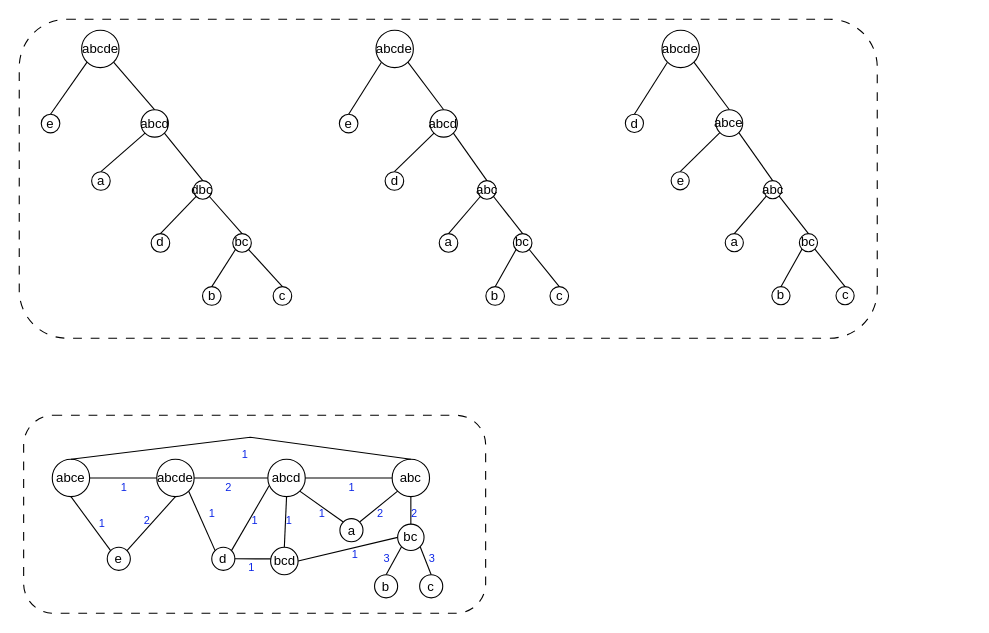
Before: img/Fig_degree.drawio in tahiri-lab/PrismTree, a draw.io diagram. Source tidied: cells renumbered, new cells numbered last; positions are measured from the earlier drawing's top-left corner, leaving out a move shared by most shapes. Both pictures are drawn from the tidied source at 110%, with x=0, y=0 at pixel (19, 19).
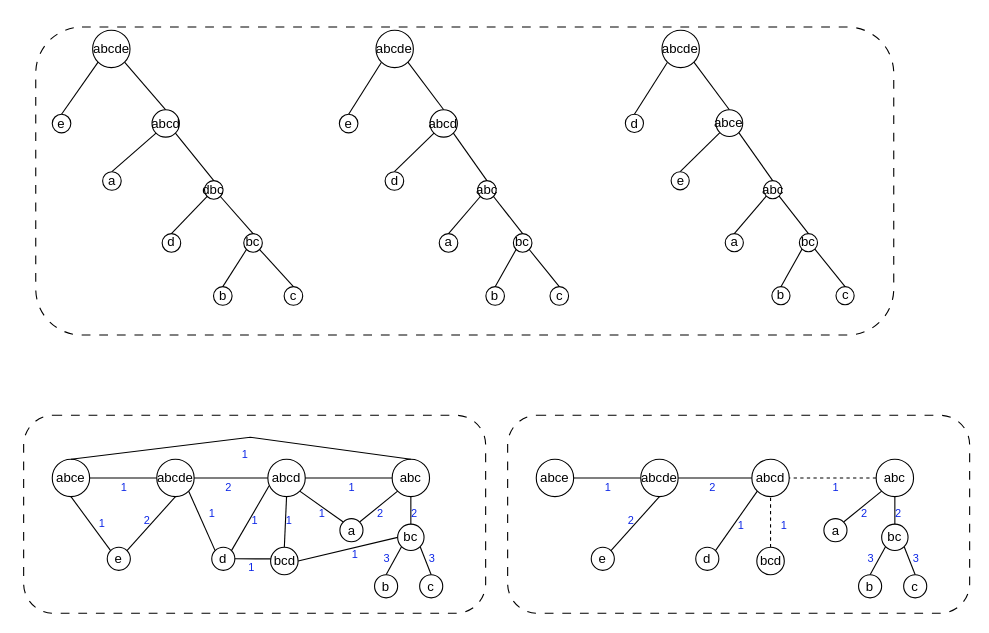
After the change.

Change to the diagram source:
```diff
@@
+    <mxCell id="21" style="group;" parent="1" vertex="1">
+      <mxGeometry x="291" y="10" width="504" height="277.1" as="geometry" />
+    </mxCell>
-    <mxCell id="2" style="rounded=1;whiteSpace=wrap;html=1;dashed=1;dashPattern=8 8;" parent="1" vertex="1">
-      <mxGeometry width="780" height="290" as="geometry" />
+    <mxCell id="2" style="rounded=1;whiteSpace=wrap;html=1;dashed=1;dashPattern=8 8;" parent="21" vertex="1">
+      <mxGeometry x="-276" y="-2.9" width="780" height="280" as="geometry" />
     </mxCell>
-    <mxCell id="3" style="group;" parent="1" vertex="1">
-      <mxGeometry x="20" y="10" width="230" height="250" as="geometry" />
-    </mxCell>
-    <mxCell id="4" value="bc" style="ellipse;whiteSpace=wrap;html=1;fontStyle=0;" parent="3" vertex="1">
-      <mxGeometry x="174.1" y="184.9" width="16.9" height="16.9" as="geometry" />
-    </mxCell>
-    <mxCell id="5" value="dbc" style="ellipse;whiteSpace=wrap;html=1;fontStyle=0;" parent="3" vertex="1">
-      <mxGeometry x="138.4" y="136.7" width="16.9" height="16.9" as="geometry" />
-    </mxCell>
-    <mxCell id="6" style="endArrow=none;html=1;rounded=0;exitX=0.5;exitY=0;exitDx=0;exitDy=0;entryX=1;entryY=1;entryDx=0;entryDy=0;fontStyle=0;" parent="3" edge="1" source="16" target="18">
-      <mxGeometry relative="1" as="geometry" />
-    </mxCell>
-    <mxCell id="7" style="endArrow=none;html=1;rounded=0;exitX=0.5;exitY=0;exitDx=0;exitDy=0;entryX=0;entryY=1;entryDx=0;entryDy=0;fontStyle=0;" parent="3" edge="1" source="15" target="16">
-      <mxGeometry relative="1" as="geometry" />
-    </mxCell>
-    <mxCell id="8" style="endArrow=none;html=1;rounded=0;exitX=0.5;exitY=0;exitDx=0;exitDy=0;entryX=0;entryY=1;entryDx=0;entryDy=0;fontStyle=0;" parent="3" edge="1" source="12" target="5">
-      <mxGeometry relative="1" as="geometry" />
-    </mxCell>
-    <mxCell id="9" style="endArrow=none;html=1;rounded=0;exitX=0.5;exitY=0;exitDx=0;exitDy=0;entryX=0;entryY=1;entryDx=0;entryDy=0;fontStyle=0;" parent="3" edge="1" source="17" target="18">
-      <mxGeometry relative="1" as="geometry" />
-    </mxCell>
-    <mxCell id="10" style="endArrow=none;html=1;rounded=0;entryX=0;entryY=1;entryDx=0;entryDy=0;exitX=0.5;exitY=0;exitDx=0;exitDy=0;fontStyle=0;" parent="3" edge="1" source="13" target="4">
-      <mxGeometry relative="1" as="geometry" />
-    </mxCell>
-    <mxCell id="11" style="endArrow=none;html=1;rounded=0;entryX=1;entryY=1;entryDx=0;entryDy=0;exitX=0.5;exitY=0;exitDx=0;exitDy=0;fontStyle=0;" parent="3" edge="1" source="14" target="4">
-      <mxGeometry relative="1" as="geometry" />
-    </mxCell>
-    <mxCell id="12" value="&lt;font style=&quot;font-size: 12px;&quot;&gt;d&lt;/font&gt;" style="ellipse;whiteSpace=wrap;html=1;fontStyle=0;" parent="3" vertex="1">
-      <mxGeometry x="99.9" y="184.9" width="16.9" height="16.9" as="geometry" />
-    </mxCell>
-    <mxCell id="13" value="&lt;font style=&quot;font-size: 12px;&quot;&gt;b&lt;/font&gt;" style="ellipse;whiteSpace=wrap;html=1;fontStyle=0;" parent="3" vertex="1">
-      <mxGeometry x="146.6" y="233.1" width="16.9" height="16.9" as="geometry" />
-    </mxCell>
-    <mxCell id="14" value="&lt;font style=&quot;font-size: 12px;&quot;&gt;c&lt;/font&gt;" style="ellipse;whiteSpace=wrap;html=1;fontStyle=0;" parent="3" vertex="1">
-      <mxGeometry x="210.8" y="233.1" width="16.9" height="16.9" as="geometry" />
-    </mxCell>
-    <mxCell id="15" value="a" style="ellipse;whiteSpace=wrap;html=1;fontStyle=0;" parent="3" vertex="1">
-      <mxGeometry x="45.8" y="128.6" width="16.9" height="16.9" as="geometry" />
-    </mxCell>
-    <mxCell id="16" value="abcd" style="ellipse;whiteSpace=wrap;html=1;fontStyle=0;" parent="3" vertex="1">
-      <mxGeometry x="90.7" y="72.3" width="24.9" height="24.9" as="geometry" />
-    </mxCell>
-    <mxCell id="17" value="&lt;font style=&quot;font-size: 12px;&quot;&gt;e&lt;/font&gt;" style="ellipse;whiteSpace=wrap;html=1;fontStyle=0;" parent="3" vertex="1">
-      <mxGeometry y="76.4" width="16.9" height="16.9" as="geometry" />
-    </mxCell>
-    <mxCell id="18" value="&lt;font style=&quot;font-size: 12px;&quot;&gt;abcde&lt;/font&gt;" style="ellipse;whiteSpace=wrap;html=1;fontStyle=0;" parent="3" vertex="1">
-      <mxGeometry x="36.7" width="34" height="34" as="geometry" />
-    </mxCell>
-    <mxCell id="19" style="endArrow=none;html=1;rounded=0;entryX=1;entryY=1;entryDx=0;entryDy=0;exitX=0.5;exitY=0;exitDx=0;exitDy=0;fontStyle=0;" parent="3" edge="1" source="5" target="16">
-      <mxGeometry relative="1" as="geometry" />
-    </mxCell>
-    <mxCell id="20" style="endArrow=none;html=1;rounded=0;entryX=1;entryY=1;entryDx=0;entryDy=0;exitX=0.5;exitY=0;exitDx=0;exitDy=0;fontStyle=0;" parent="3" edge="1" source="4" target="5">
-      <mxGeometry relative="1" as="geometry" />
-    </mxCell>
-    <mxCell id="21" style="group;" parent="1" vertex="1">
-      <mxGeometry x="291" y="10" width="209" height="250" as="geometry" />
-    </mxCell>
@@
     <mxCell id="39" style="group;" parent="1" vertex="1">
-      <mxGeometry x="551" y="10" width="209" height="250" as="geometry" />
+      <mxGeometry x="551" y="10" width="279" height="270" as="geometry" />
     </mxCell>
@@
+    <mxCell id="102" style="rounded=1;whiteSpace=wrap;html=1;dashed=1;dashPattern=8 8;" parent="1" vertex="1">
+      <mxGeometry x="444" y="360" width="420" height="180" as="geometry" />
+    </mxCell>
+    <mxCell id="103" value="bc" style="ellipse;whiteSpace=wrap;html=1;fontStyle=0;" parent="1" vertex="1">
+      <mxGeometry x="784" y="459" width="24" height="24" as="geometry" />
+    </mxCell>
+    <mxCell id="104" value="abc" style="ellipse;whiteSpace=wrap;html=1;fontStyle=0;" parent="1" vertex="1">
+      <mxGeometry x="779" y="400" width="34" height="34" as="geometry" />
+    </mxCell>
+    <mxCell id="105" style="endArrow=none;html=1;rounded=0;exitX=0;exitY=0.5;exitDx=0;exitDy=0;entryX=1;entryY=0.5;entryDx=0;entryDy=0;fontStyle=0;" parent="1" edge="1" source="115" target="117">
+      <mxGeometry relative="1" as="geometry" />
+    </mxCell>
+    <mxCell id="106" style="endArrow=none;html=1;rounded=0;exitX=0.5;exitY=0;exitDx=0;exitDy=0;entryX=0.5;entryY=1;entryDx=0;entryDy=0;fontStyle=0;dashed=1;" parent="1" edge="1" source="114" target="115">
+      <mxGeometry relative="1" as="geometry" />
+    </mxCell>
+    <mxCell id="107" style="endArrow=none;html=1;rounded=0;exitX=1;exitY=0;exitDx=0;exitDy=0;entryX=0;entryY=1;entryDx=0;entryDy=0;fontStyle=0;" parent="1" edge="1" source="111" target="104">
+      <mxGeometry relative="1" as="geometry" />
+    </mxCell>
+    <mxCell id="108" style="endArrow=none;html=1;rounded=0;exitX=1;exitY=0.5;exitDx=0;exitDy=0;entryX=0;entryY=0.5;entryDx=0;entryDy=0;fontStyle=0;" parent="1" edge="1" source="116" target="117">
+      <mxGeometry relative="1" as="geometry" />
+    </mxCell>
+    <mxCell id="109" style="endArrow=none;html=1;rounded=0;entryX=0;entryY=1;entryDx=0;entryDy=0;exitX=0.5;exitY=0;exitDx=0;exitDy=0;fontStyle=0;" parent="1" edge="1" source="112" target="103">
+      <mxGeometry relative="1" as="geometry" />
+    </mxCell>
+    <mxCell id="110" style="endArrow=none;html=1;rounded=0;entryX=1;entryY=1;entryDx=0;entryDy=0;exitX=0.5;exitY=0;exitDx=0;exitDy=0;fontStyle=0;" parent="1" edge="1" source="113" target="103">
+      <mxGeometry relative="1" as="geometry" />
+    </mxCell>
+    <mxCell id="111" value="&lt;font style=&quot;font-size: 12px;&quot;&gt;a&lt;/font&gt;" style="ellipse;whiteSpace=wrap;html=1;fontStyle=0;" parent="1" vertex="1">
+      <mxGeometry x="731.5" y="454" width="21" height="21" as="geometry" />
+    </mxCell>
+    <mxCell id="112" value="&lt;font style=&quot;font-size: 12px;&quot;&gt;b&lt;/font&gt;" style="ellipse;whiteSpace=wrap;html=1;fontStyle=0;" parent="1" vertex="1">
+      <mxGeometry x="763" y="505" width="21" height="21" as="geometry" />
+    </mxCell>
+    <mxCell id="113" value="&lt;font style=&quot;font-size: 12px;&quot;&gt;c&lt;/font&gt;" style="ellipse;whiteSpace=wrap;html=1;fontStyle=0;" parent="1" vertex="1">
+      <mxGeometry x="804" y="505" width="21" height="21" as="geometry" />
+    </mxCell>
+    <mxCell id="114" value="bcd" style="ellipse;whiteSpace=wrap;html=1;fontStyle=0;" parent="1" vertex="1">
+      <mxGeometry x="670.5" y="480" width="25" height="25" as="geometry" />
+    </mxCell>
+    <mxCell id="115" value="abcd" style="ellipse;whiteSpace=wrap;html=1;fontStyle=0;" parent="1" vertex="1">
+      <mxGeometry x="666" y="400" width="34" height="34" as="geometry" />
+    </mxCell>
+    <mxCell id="116" value="&lt;font style=&quot;font-size: 12px;&quot;&gt;abce&lt;/font&gt;" style="ellipse;whiteSpace=wrap;html=1;fontStyle=0;" parent="1" vertex="1">
+      <mxGeometry x="470" y="400" width="34" height="34" as="geometry" />
+    </mxCell>
+    <mxCell id="117" value="&lt;font style=&quot;font-size: 12px;&quot;&gt;abcde&lt;/font&gt;" style="ellipse;whiteSpace=wrap;html=1;fontStyle=0;" parent="1" vertex="1">
+      <mxGeometry x="565" y="400" width="34" height="34" as="geometry" />
+    </mxCell>
+    <mxCell id="118" style="endArrow=none;html=1;rounded=0;entryX=1;entryY=0.5;entryDx=0;entryDy=0;exitX=0;exitY=0.5;exitDx=0;exitDy=0;fontStyle=0;dashed=1;" parent="1" edge="1" source="104" target="115">
+      <mxGeometry relative="1" as="geometry" />
+    </mxCell>
+    <mxCell id="119" style="endArrow=none;html=1;rounded=0;entryX=0.5;entryY=1;entryDx=0;entryDy=0;exitX=0.5;exitY=0;exitDx=0;exitDy=0;fontStyle=0;" parent="1" edge="1" source="103" target="104">
+      <mxGeometry relative="1" as="geometry" />
+    </mxCell>
+    <mxCell id="120" value="&lt;font style=&quot;font-size: 12px;&quot;&gt;e&lt;/font&gt;" style="ellipse;whiteSpace=wrap;html=1;fontStyle=0;" parent="1" vertex="1">
+      <mxGeometry x="520" y="480" width="21" height="21" as="geometry" />
+    </mxCell>
+    <mxCell id="121" style="endArrow=none;html=1;rounded=0;entryX=0.5;entryY=1;entryDx=0;entryDy=0;exitX=1;exitY=0;exitDx=0;exitDy=0;" parent="1" edge="1" source="120" target="117">
+      <mxGeometry relative="1" as="geometry" />
+    </mxCell>
+    <mxCell id="122" value="&lt;font style=&quot;font-size: 12px;&quot;&gt;d&lt;/font&gt;" style="ellipse;whiteSpace=wrap;html=1;fontStyle=0;" parent="1" vertex="1">
+      <mxGeometry x="615" y="480" width="21" height="21" as="geometry" />
+    </mxCell>
+    <mxCell id="123" style="endArrow=none;html=1;rounded=0;entryX=0;entryY=1;entryDx=0;entryDy=0;exitX=1;exitY=0;exitDx=0;exitDy=0;" parent="1" edge="1" source="122" target="115">
+      <mxGeometry relative="1" as="geometry" />
+    </mxCell>
+    <mxCell id="124" value="&lt;font color=&quot;#0d27e7&quot; style=&quot;font-size: 10px;&quot;&gt;1&lt;/font&gt;" style="text;html=1;align=center;verticalAlign=middle;fontColor=#3e0925;" parent="1" vertex="1">
+      <mxGeometry x="520" y="410" width="30" height="30" as="geometry" />
+    </mxCell>
+    <mxCell id="125" value="&lt;font color=&quot;#0d27e7&quot; style=&quot;font-size: 10px;&quot;&gt;2&lt;/font&gt;" style="text;html=1;align=center;verticalAlign=middle;fontColor=#3e0925;" parent="1" vertex="1">
+      <mxGeometry x="541" y="440" width="30" height="30" as="geometry" />
+    </mxCell>
+    <mxCell id="126" value="&lt;font color=&quot;#0d27e7&quot; style=&quot;font-size: 10px;&quot;&gt;2&lt;/font&gt;" style="text;html=1;align=center;verticalAlign=middle;fontColor=#3e0925;" parent="1" vertex="1">
+      <mxGeometry x="615" y="410" width="30" height="30" as="geometry" />
+    </mxCell>
+    <mxCell id="127" value="&lt;font color=&quot;#0d27e7&quot; style=&quot;font-size: 10px;&quot;&gt;1&lt;/font&gt;" style="text;html=1;align=center;verticalAlign=middle;fontColor=#3e0925;" parent="1" vertex="1">
+      <mxGeometry x="640.5" y="445" width="30" height="30" as="geometry" />
+    </mxCell>
+    <mxCell id="128" value="&lt;font color=&quot;#0d27e7&quot; style=&quot;font-size: 10px;&quot;&gt;1&lt;/font&gt;" style="text;html=1;align=center;verticalAlign=middle;fontColor=#3e0925;" parent="1" vertex="1">
+      <mxGeometry x="680" y="445" width="30" height="30" as="geometry" />
+    </mxCell>
+    <mxCell id="129" value="&lt;font color=&quot;#0d27e7&quot; style=&quot;font-size: 10px;&quot;&gt;1&lt;/font&gt;" style="text;html=1;align=center;verticalAlign=middle;fontColor=#3e0925;" parent="1" vertex="1">
+      <mxGeometry x="727" y="410" width="30" height="30" as="geometry" />
+    </mxCell>
+    <mxCell id="130" value="&lt;font color=&quot;#0d27e7&quot; style=&quot;font-size: 10px;&quot;&gt;2&lt;/font&gt;" style="text;html=1;align=center;verticalAlign=middle;fontColor=#3e0925;" parent="1" vertex="1">
+      <mxGeometry x="752.5" y="434" width="30" height="30" as="geometry" />
+    </mxCell>
+    <mxCell id="131" value="&lt;font color=&quot;#0d27e7&quot; style=&quot;font-size: 10px;&quot;&gt;2&lt;/font&gt;" style="text;html=1;align=center;verticalAlign=middle;fontColor=#3e0925;" parent="1" vertex="1">
+      <mxGeometry x="784" y="434" width="30" height="30" as="geometry" />
+    </mxCell>
+    <mxCell id="132" value="&lt;font color=&quot;#0d27e7&quot; style=&quot;font-size: 10px;&quot;&gt;3&lt;/font&gt;" style="text;html=1;align=center;verticalAlign=middle;fontColor=#3e0925;" parent="1" vertex="1">
+      <mxGeometry x="758.5" y="475" width="30" height="30" as="geometry" />
+    </mxCell>
+    <mxCell id="133" value="&lt;font color=&quot;#0d27e7&quot; style=&quot;font-size: 10px;&quot;&gt;3&lt;/font&gt;" style="text;html=1;align=center;verticalAlign=middle;fontColor=#3e0925;" parent="1" vertex="1">
+      <mxGeometry x="800" y="475" width="30" height="30" as="geometry" />
+    </mxCell>
+    <mxCell id="134" style="group;" parent="1" vertex="1">
+      <mxGeometry x="30" y="10" width="227.6" height="250" as="geometry" />
+    </mxCell>
+    <mxCell id="4" value="bc" style="ellipse;whiteSpace=wrap;html=1;fontStyle=0;" parent="134" vertex="1">
+      <mxGeometry x="174.1" y="184.9" width="16.9" height="16.9" as="geometry" />
+    </mxCell>
+    <mxCell id="5" value="dbc" style="ellipse;whiteSpace=wrap;html=1;fontStyle=0;" parent="134" vertex="1">
+      <mxGeometry x="138.4" y="136.7" width="16.9" height="16.9" as="geometry" />
+    </mxCell>
+    <mxCell id="6" style="endArrow=none;html=1;rounded=0;exitX=0.5;exitY=0;exitDx=0;exitDy=0;entryX=1;entryY=1;entryDx=0;entryDy=0;fontStyle=0;" parent="134" edge="1" source="16" target="18">
+      <mxGeometry relative="1" as="geometry" />
+    </mxCell>
+    <mxCell id="7" style="endArrow=none;html=1;rounded=0;exitX=0.5;exitY=0;exitDx=0;exitDy=0;entryX=0;entryY=1;entryDx=0;entryDy=0;fontStyle=0;" parent="134" edge="1" source="15" target="16">
+      <mxGeometry relative="1" as="geometry" />
+    </mxCell>
+    <mxCell id="8" style="endArrow=none;html=1;rounded=0;exitX=0.5;exitY=0;exitDx=0;exitDy=0;entryX=0;entryY=1;entryDx=0;entryDy=0;fontStyle=0;" parent="134" edge="1" source="12" target="5">
+      <mxGeometry relative="1" as="geometry" />
+    </mxCell>
+    <mxCell id="9" style="endArrow=none;html=1;rounded=0;exitX=0.5;exitY=0;exitDx=0;exitDy=0;entryX=0;entryY=1;entryDx=0;entryDy=0;fontStyle=0;" parent="134" edge="1" source="17" target="18">
+      <mxGeometry relative="1" as="geometry" />
+    </mxCell>
+    <mxCell id="10" style="endArrow=none;html=1;rounded=0;entryX=0;entryY=1;entryDx=0;entryDy=0;exitX=0.5;exitY=0;exitDx=0;exitDy=0;fontStyle=0;" parent="134" edge="1" source="13" target="4">
+      <mxGeometry relative="1" as="geometry" />
+    </mxCell>
+    <mxCell id="11" style="endArrow=none;html=1;rounded=0;entryX=1;entryY=1;entryDx=0;entryDy=0;exitX=0.5;exitY=0;exitDx=0;exitDy=0;fontStyle=0;" parent="134" edge="1" source="14" target="4">
+      <mxGeometry relative="1" as="geometry" />
+    </mxCell>
+    <mxCell id="12" value="&lt;font style=&quot;font-size: 12px;&quot;&gt;d&lt;/font&gt;" style="ellipse;whiteSpace=wrap;html=1;fontStyle=0;" parent="134" vertex="1">
+      <mxGeometry x="99.9" y="184.9" width="16.9" height="16.9" as="geometry" />
+    </mxCell>
+    <mxCell id="13" value="&lt;font style=&quot;font-size: 12px;&quot;&gt;b&lt;/font&gt;" style="ellipse;whiteSpace=wrap;html=1;fontStyle=0;" parent="134" vertex="1">
+      <mxGeometry x="146.6" y="233.1" width="16.9" height="16.9" as="geometry" />
+    </mxCell>
+    <mxCell id="14" value="&lt;font style=&quot;font-size: 12px;&quot;&gt;c&lt;/font&gt;" style="ellipse;whiteSpace=wrap;html=1;fontStyle=0;" parent="134" vertex="1">
+      <mxGeometry x="210.8" y="233.1" width="16.9" height="16.9" as="geometry" />
+    </mxCell>
+    <mxCell id="15" value="a" style="ellipse;whiteSpace=wrap;html=1;fontStyle=0;" parent="134" vertex="1">
+      <mxGeometry x="45.8" y="128.6" width="16.9" height="16.9" as="geometry" />
+    </mxCell>
+    <mxCell id="16" value="abcd" style="ellipse;whiteSpace=wrap;html=1;fontStyle=0;" parent="134" vertex="1">
+      <mxGeometry x="90.7" y="72.3" width="24.9" height="24.9" as="geometry" />
+    </mxCell>
+    <mxCell id="17" value="&lt;font style=&quot;font-size: 12px;&quot;&gt;e&lt;/font&gt;" style="ellipse;whiteSpace=wrap;html=1;fontStyle=0;" parent="134" vertex="1">
+      <mxGeometry y="76.4" width="16.9" height="16.9" as="geometry" />
+    </mxCell>
+    <mxCell id="18" value="&lt;font style=&quot;font-size: 12px;&quot;&gt;abcde&lt;/font&gt;" style="ellipse;whiteSpace=wrap;html=1;fontStyle=0;" parent="134" vertex="1">
+      <mxGeometry x="36.7" width="34" height="34" as="geometry" />
+    </mxCell>
+    <mxCell id="19" style="endArrow=none;html=1;rounded=0;entryX=1;entryY=1;entryDx=0;entryDy=0;exitX=0.5;exitY=0;exitDx=0;exitDy=0;fontStyle=0;" parent="134" edge="1" source="5" target="16">
+      <mxGeometry relative="1" as="geometry" />
+    </mxCell>
+    <mxCell id="20" style="endArrow=none;html=1;rounded=0;entryX=1;entryY=1;entryDx=0;entryDy=0;exitX=0.5;exitY=0;exitDx=0;exitDy=0;fontStyle=0;" parent="134" edge="1" source="4" target="5">
+      <mxGeometry relative="1" as="geometry" />
+    </mxCell>
```
